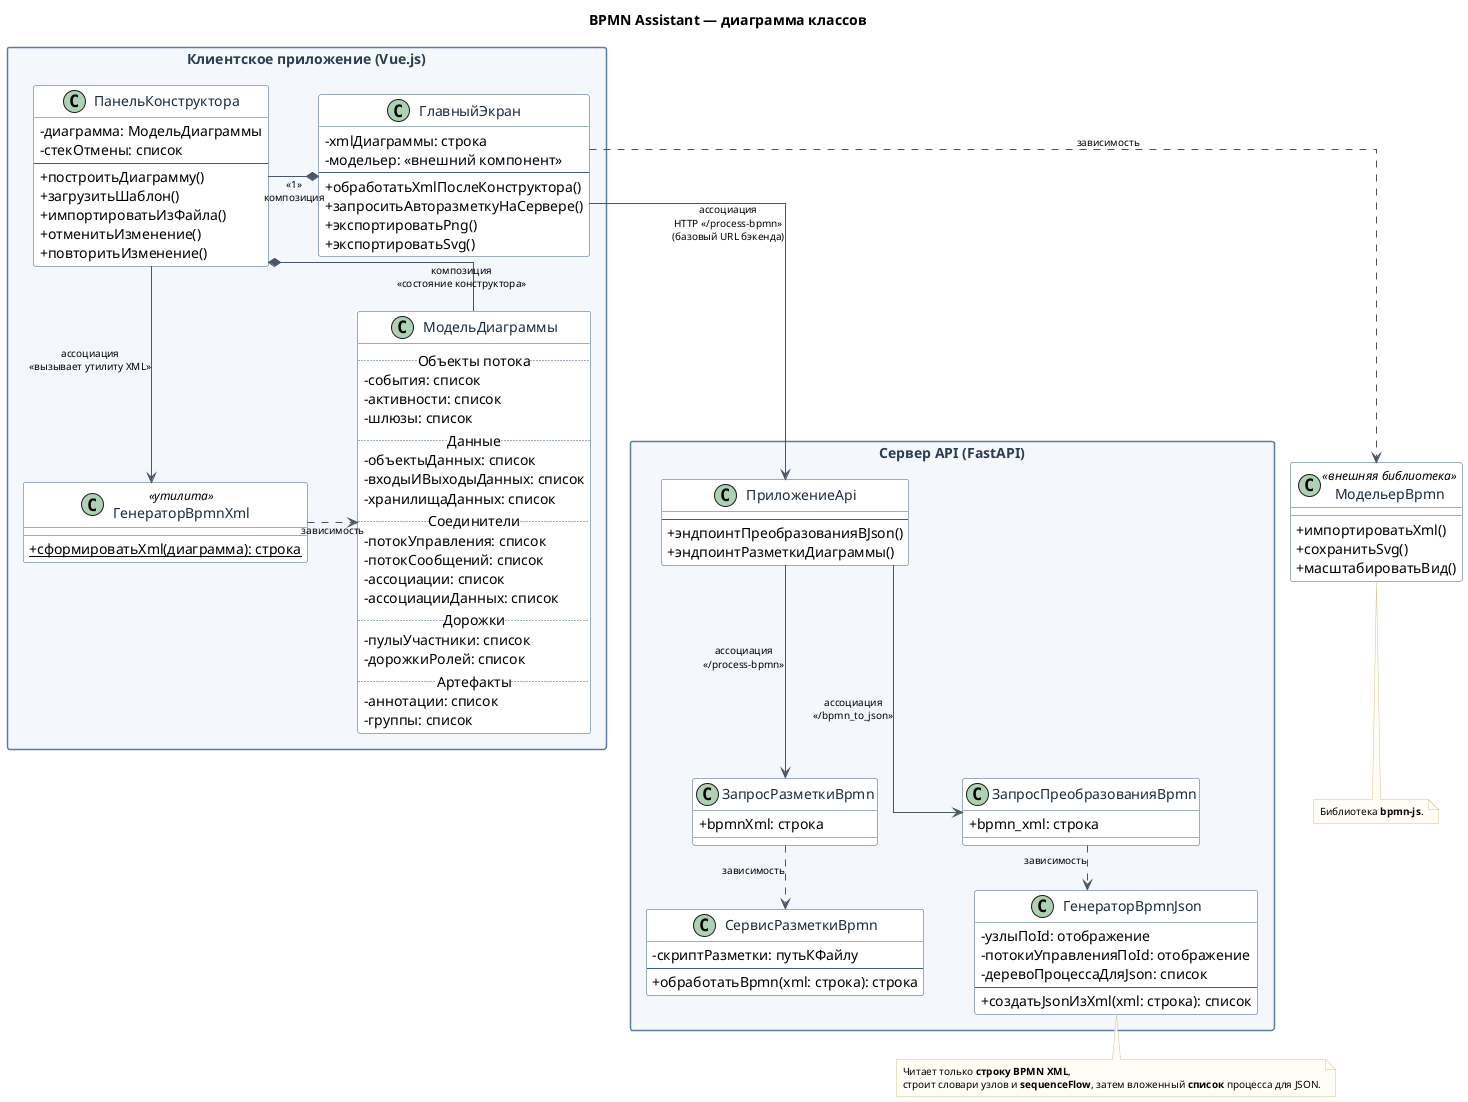
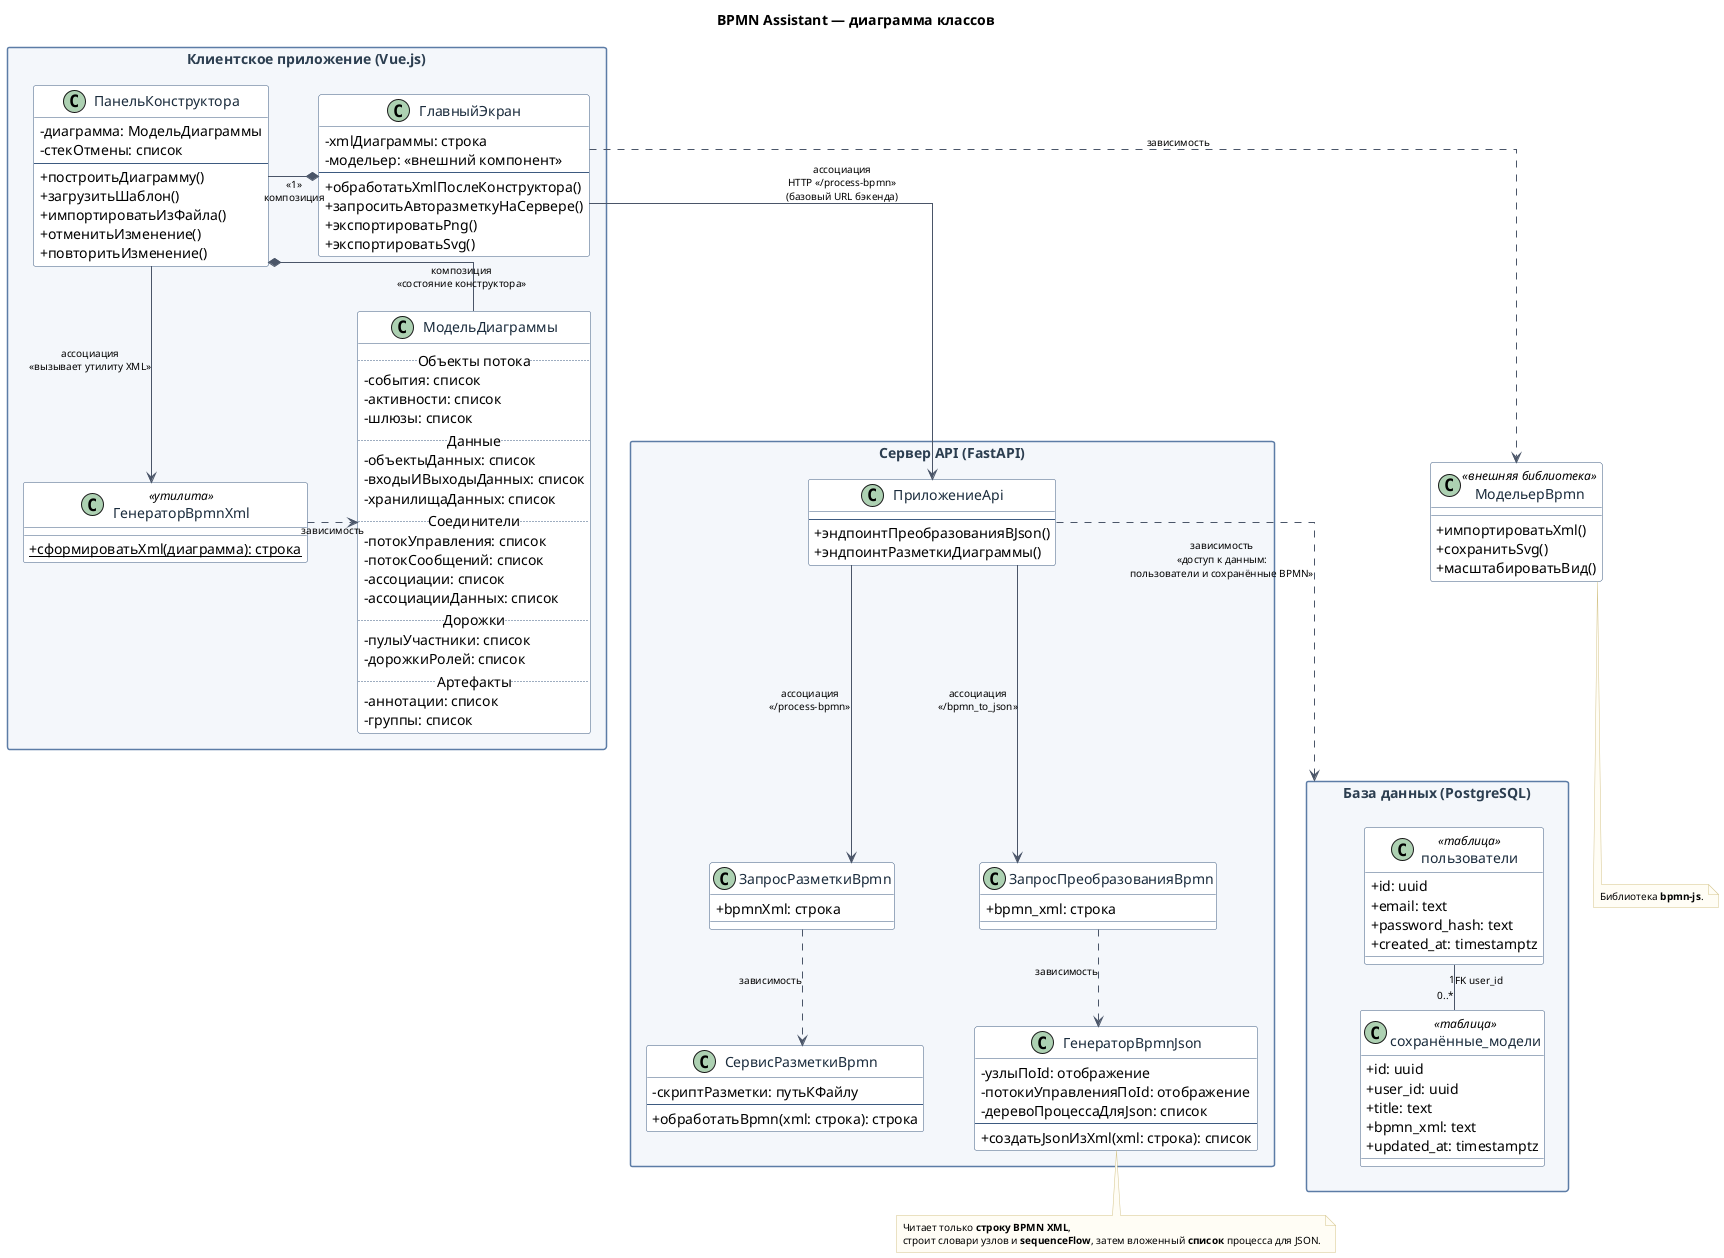
@startuml bpmn-assistant-class-diagram
title BPMN Assistant — диаграмма классов

skinparam shadowing false
skinparam handwritten false
skinparam linetype ortho
skinparam nodesep 50
skinparam ranksep 45
skinparam classAttributeIconSize 0
skinparam packageStyle rectangle
skinparam package {
  BackgroundColor #F4F7FB
  BorderColor #5C7CA6
  FontStyle bold
  FontColor #2C3E50
}
skinparam class {
  BackgroundColor #FFFFFF
  BorderColor #3D5A80
  FontColor #1A2B3C
}
skinparam arrow {
  Color #4A5568
  FontSize 10
}
skinparam note {
  BackgroundColor #FFFDF5
  BorderColor #D4C48A
  FontSize 10
}

' --- Клиент ---
package "Клиентское приложение (Vue.js)" as PKG_CLIENT {

  class ГлавныйЭкран {
    - xmlДиаграммы: строка
    - модельер: «внешний компонент»
    --
    + обработатьXmlПослеКонструктора()
    + запроситьАвторазметкуНаСервере()
    + экспортироватьPng()
    + экспортироватьSvg()
  }

  class ПанельКонструктора {
    - диаграмма: МодельДиаграммы
    - стекОтмены: список
    --
    + построитьДиаграмму()
    + загрузитьШаблон()
    + импортироватьИзФайла()
    + отменитьИзменение()
    + повторитьИзменение()
  }

  class МодельДиаграммы {
    .. Объекты потока ..
    - события: список
    - активности: список
    - шлюзы: список
    .. Данные ..
    - объектыДанных: список
    - входыИВыходыДанных: список
    - хранилищаДанных: список
    .. Соединители ..
    - потокУправления: список
    - потокСообщений: список
    - ассоциации: список
    - ассоциацииДанных: список
    .. Дорожки ..
    - пулыУчастники: список
    - дорожкиРолей: список
    .. Артефакты ..
    - аннотации: список
    - группы: список
  }

  class ГенераторBpmnXml <<утилита>> {
    {static} + сформироватьXml(диаграмма): строка
  }
}

class МодельерBpmn <<внешняя библиотека>> {
  + импортироватьXml()
  + сохранитьSvg()
  + масштабироватьВид()
}

' --- Сервер ---
package "Сервер API (FastAPI)" as PKG_SERVER {

  class ПриложениеApi {
    --
    + эндпоинтПреобразованияВJson()
    + эндпоинтРазметкиДиаграммы()
  }

  class ЗапросПреобразованияBpmn {
    + bpmn_xml: строка
  }

  class ЗапросРазметкиBpmn {
    + bpmnXml: строка
  }

  class ГенераторBpmnJson {
    - узлыПоId: отображение
    - потокиУправленияПоId: отображение
    - деревоПроцессаДляJson: список
    --
    + создатьJsonИзXml(xml: строка): список
  }

  class СервисРазметкиBpmn {
    - скриптРазметки: путьКФайлу
    --
    + обработатьBpmn(xml: строка): строка
  }
}

+ ' --- База данных (персистенция) ---
+ package "База данных (PostgreSQL)" as PKG_DB {
+ 
+   class пользователи <<таблица>> {
+     + id: uuid
+     + email: text
+     + password_hash: text
+     + created_at: timestamptz
+   }
+ 
+   class сохранённые_модели <<таблица>> {
+     + id: uuid
+     + user_id: uuid
+     + title: text
+     + bpmn_xml: text
+     + updated_at: timestamptz
+   }
+ 
+   пользователи "1" -- "0..*" сохранённые_модели : «FK user_id»
+ }
+ 
' --- Три вида отношений (по учебнику UML) ---
' *-- композиция | --> ассоциация (сплошая) | ..> зависимость (пунктир)

' Композиция: часть не имеет смысла без целого
ГлавныйЭкран *-right-- ПанельКонструктора : «1»\nкомпозиция
ПанельКонструктора *-right-- МодельДиаграммы : композиция\n«состояние конструктора»

' Ассоциация: устойчивое использование функционала / обмен по контракту
ГлавныйЭкран -down-> ПриложениеApi : ассоциация\nHTTP «/process-bpmn»\n(базовый URL бэкенда)
ПанельКонструктора -down-> ГенераторBpmnXml : ассоциация\n«вызывает утилиту XML»
ПриложениеApi -down-> ЗапросПреобразованияBpmn : ассоциация\n«/bpmn_to_json»
ПриложениеApi -down-> ЗапросРазметкиBpmn : ассоциация\n«/process-bpmn»

' Зависимость: изменение «неизменного» класса может потребовать правки зависимого
ГлавныйЭкран .down.> МодельерBpmn : зависимость
ГенераторBpmnXml .right.> МодельДиаграммы : зависимость
ЗапросПреобразованияBpmn .down.> ГенераторBpmnJson : зависимость
ЗапросРазметкиBpmn .down.> СервисРазметкиBpmn : зависимость

+ ПриложениеApi .down.> PKG_DB : зависимость\n«доступ к данным:\nпользователи и сохранённые BPMN»
+ 

note bottom of МодельерBpmn
  Библиотека **bpmn-js**.
end note

note bottom of ГенераторBpmnJson
  Читает только **строку BPMN XML**,
  строит словари узлов и **sequenceFlow**, затем вложенный **список** процесса для JSON.
end note

@enduml
